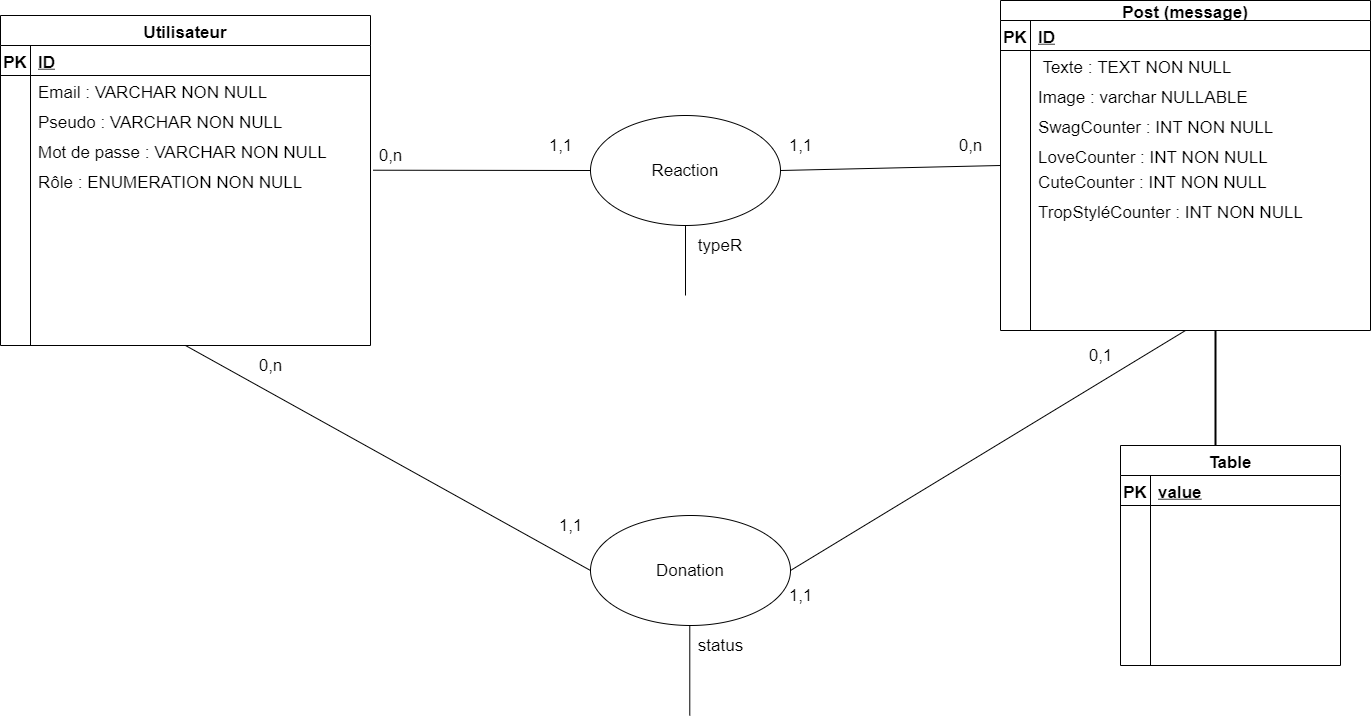
The draw.io diagram DiagramDatabase.png in Moumdjian-Theo/ProjetPHP2021, before a commit. Source tidied: cells renumbered, new cells last; positions are measured from the earlier drawing's top-left corner, leaving out a move shared by most shapes. Source of this version:
```xml
<mxGraphModel>
  <root>
    <mxCell id="0" />
    <mxCell id="1" parent="0" />
    <mxCell id="2" value="Reaction" style="ellipse;whiteSpace=wrap;html=1;fontSize=17;" parent="1" vertex="1">
      <mxGeometry x="590" y="115" width="190" height="110" as="geometry" />
    </mxCell>
    <mxCell id="3" value="Utilisateur" style="shape=table;startSize=30;rowLines=0;fontStyle=1;align=center;fontSize=17;" parent="1" vertex="1">
      <mxGeometry y="15" width="370" height="330" as="geometry" />
    </mxCell>
    <mxCell id="4" style="shape=partialRectangle;fillColor=none;top=0;left=0;bottom=1;right=0;fontSize=17;" parent="3" vertex="1">
      <mxGeometry y="30" width="370" height="30" as="geometry" />
    </mxCell>
    <mxCell id="5" value="PK" style="shape=partialRectangle;fillColor=none;top=0;left=0;bottom=0;right=0;fontStyle=1;overflow=hidden;fontSize=17;" parent="4" vertex="1">
      <mxGeometry width="30" height="30" as="geometry" />
    </mxCell>
    <mxCell id="6" value="ID" style="shape=partialRectangle;fillColor=none;top=0;left=0;bottom=0;right=0;align=left;spacingLeft=6;fontStyle=5;overflow=hidden;fontSize=17;" parent="4" vertex="1">
      <mxGeometry x="30" width="340" height="30" as="geometry" />
    </mxCell>
    <mxCell id="7" style="shape=partialRectangle;fillColor=none;top=0;left=0;bottom=0;right=0;fontSize=17;" parent="3" vertex="1">
      <mxGeometry y="60" width="370" height="30" as="geometry" />
    </mxCell>
    <mxCell id="8" style="shape=partialRectangle;fillColor=none;top=0;left=0;bottom=0;right=0;overflow=hidden;fontSize=17;" parent="7" vertex="1">
      <mxGeometry width="30" height="30" as="geometry" />
    </mxCell>
    <mxCell id="9" value="Email : VARCHAR NON NULL" style="shape=partialRectangle;fillColor=none;top=0;left=0;bottom=0;right=0;align=left;spacingLeft=6;overflow=hidden;fontSize=17;" parent="7" vertex="1">
      <mxGeometry x="30" width="340" height="30" as="geometry" />
    </mxCell>
    <mxCell id="10" style="shape=partialRectangle;fillColor=none;top=0;left=0;bottom=0;right=0;fontSize=17;" parent="3" vertex="1">
      <mxGeometry y="90" width="370" height="30" as="geometry" />
    </mxCell>
    <mxCell id="11" style="shape=partialRectangle;fillColor=none;top=0;left=0;bottom=0;right=0;overflow=hidden;fontSize=17;" parent="10" vertex="1">
      <mxGeometry width="30" height="30" as="geometry" />
    </mxCell>
    <mxCell id="12" value="Pseudo : VARCHAR NON NULL" style="shape=partialRectangle;fillColor=none;top=0;left=0;bottom=0;right=0;align=left;spacingLeft=6;overflow=hidden;fontSize=17;" parent="10" vertex="1">
      <mxGeometry x="30" width="340" height="30" as="geometry" />
    </mxCell>
    <mxCell id="13" style="shape=partialRectangle;fillColor=none;top=0;left=0;bottom=0;right=0;points=[[0,0.5],[1,0.5]];portConstraint=eastwest;fontSize=17;" parent="3" vertex="1">
      <mxGeometry y="120" width="370" height="30" as="geometry" />
    </mxCell>
    <mxCell id="14" style="shape=partialRectangle;fillColor=none;top=0;left=0;bottom=0;right=0;overflow=hidden;fontSize=17;" parent="13" vertex="1">
      <mxGeometry width="30" height="30" as="geometry" />
    </mxCell>
    <mxCell id="15" value="Mot de passe : VARCHAR NON NULL" style="shape=partialRectangle;fillColor=none;top=0;left=0;bottom=0;right=0;align=left;spacingLeft=6;overflow=hidden;fontSize=17;" parent="13" vertex="1">
      <mxGeometry x="30" width="340" height="30" as="geometry" />
    </mxCell>
    <mxCell id="16" value="Rôle : ENUMERATION NON NULL" style="shape=partialRectangle;fillColor=none;top=0;left=0;bottom=0;right=0;align=left;spacingLeft=6;overflow=hidden;fontSize=17;" parent="1" vertex="1">
      <mxGeometry x="30" y="165" width="340" height="30" as="geometry" />
    </mxCell>
    <mxCell id="17" value="Post (message)" style="shape=table;startSize=20;rowLines=0;fontStyle=1;align=center;fontSize=17;" parent="1" vertex="1">
      <mxGeometry x="1000" width="370" height="330" as="geometry" />
    </mxCell>
    <mxCell id="18" style="shape=partialRectangle;fillColor=none;top=0;left=0;bottom=1;right=0;fontSize=17;" parent="17" vertex="1">
      <mxGeometry y="20" width="370" height="30" as="geometry" />
    </mxCell>
    <mxCell id="19" value="PK" style="shape=partialRectangle;fillColor=none;top=0;left=0;bottom=0;right=0;fontStyle=1;overflow=hidden;fontSize=17;" parent="18" vertex="1">
      <mxGeometry width="30" height="30" as="geometry" />
    </mxCell>
    <mxCell id="20" value="ID" style="shape=partialRectangle;fillColor=none;top=0;left=0;bottom=0;right=0;align=left;spacingLeft=6;fontStyle=5;overflow=hidden;fontSize=17;" parent="18" vertex="1">
      <mxGeometry x="30" width="340" height="30" as="geometry" />
    </mxCell>
    <mxCell id="21" style="shape=partialRectangle;fillColor=none;top=0;left=0;bottom=0;right=0;fontSize=17;" parent="17" vertex="1">
      <mxGeometry y="50" width="370" height="30" as="geometry" />
    </mxCell>
    <mxCell id="22" style="shape=partialRectangle;fillColor=none;top=0;left=0;bottom=0;right=0;overflow=hidden;fontSize=17;" parent="21" vertex="1">
      <mxGeometry width="30" height="30" as="geometry" />
    </mxCell>
    <mxCell id="23" value=" Texte : TEXT NON NULL " style="shape=partialRectangle;fillColor=none;top=0;left=0;bottom=0;right=0;align=left;spacingLeft=6;overflow=hidden;fontSize=17;" parent="21" vertex="1">
      <mxGeometry x="30" width="340" height="30" as="geometry" />
    </mxCell>
    <mxCell id="24" style="shape=partialRectangle;fillColor=none;top=0;left=0;bottom=0;right=0;fontSize=17;" parent="17" vertex="1">
      <mxGeometry y="80" width="370" height="30" as="geometry" />
    </mxCell>
    <mxCell id="25" style="shape=partialRectangle;fillColor=none;top=0;left=0;bottom=0;right=0;overflow=hidden;fontSize=17;" parent="24" vertex="1">
      <mxGeometry width="30" height="30" as="geometry" />
    </mxCell>
    <mxCell id="26" value="Image : varchar NULLABLE" style="shape=partialRectangle;fillColor=none;top=0;left=0;bottom=0;right=0;align=left;spacingLeft=6;overflow=hidden;fontSize=17;" parent="24" vertex="1">
      <mxGeometry x="30" width="340" height="30" as="geometry" />
    </mxCell>
    <mxCell id="27" style="shape=partialRectangle;fillColor=none;top=0;left=0;bottom=0;right=0;fontSize=17;" parent="17" vertex="1">
      <mxGeometry y="110" width="370" height="30" as="geometry" />
    </mxCell>
    <mxCell id="28" style="shape=partialRectangle;fillColor=none;top=0;left=0;bottom=0;right=0;overflow=hidden;fontSize=17;" parent="27" vertex="1">
      <mxGeometry width="30" height="30" as="geometry" />
    </mxCell>
    <mxCell id="29" style="shape=partialRectangle;fillColor=none;top=0;left=0;bottom=0;right=0;align=left;spacingLeft=6;overflow=hidden;fontSize=17;" parent="27" vertex="1">
      <mxGeometry x="30" width="340" height="30" as="geometry" />
    </mxCell>
    <mxCell id="30" value="LoveCounter : INT NON NULL " style="shape=partialRectangle;fillColor=none;top=0;left=0;bottom=0;right=0;align=left;spacingLeft=6;overflow=hidden;fontSize=17;" parent="1" vertex="1">
      <mxGeometry x="1030" y="140" width="340" height="30" as="geometry" />
    </mxCell>
    <mxCell id="31" style="endArrow=none;html=1;fontSize=17;fontColor=#000000;exitX=1.007;exitY=1.157;exitDx=0;exitDy=0;exitPerimeter=0;entryX=0;entryY=0.5;entryDx=0;entryDy=0;" parent="1" edge="1" source="13" target="2">
      <mxGeometry relative="1" as="geometry" />
    </mxCell>
    <mxCell id="32" style="endArrow=none;html=1;fontSize=17;fontColor=#000000;exitX=1;exitY=0.5;exitDx=0;exitDy=0;entryX=0;entryY=0.5;entryDx=0;entryDy=0;" parent="1" edge="1" source="2" target="17">
      <mxGeometry relative="1" as="geometry" />
    </mxCell>
    <mxCell id="33" value="0,n" style="text;html=1;align=center;verticalAlign=middle;fontSize=17;fontColor=#000000;" parent="1" vertex="1">
      <mxGeometry x="370" y="140" width="40" height="30" as="geometry" />
    </mxCell>
    <mxCell id="34" value="1,1" style="text;html=1;align=center;verticalAlign=middle;fontSize=17;fontColor=#000000;" parent="1" vertex="1">
      <mxGeometry x="540" y="130" width="40" height="30" as="geometry" />
    </mxCell>
    <mxCell id="35" value="1,1" style="text;html=1;align=center;verticalAlign=middle;fontSize=17;fontColor=#000000;" parent="1" vertex="1">
      <mxGeometry x="780" y="130" width="40" height="30" as="geometry" />
    </mxCell>
    <mxCell id="36" value="0,n" style="text;html=1;align=center;verticalAlign=middle;fontSize=17;fontColor=#000000;" parent="1" vertex="1">
      <mxGeometry x="950" y="130" width="40" height="30" as="geometry" />
    </mxCell>
    <mxCell id="37" style="endArrow=none;html=1;fontSize=17;fontColor=#000000;exitX=0.5;exitY=1;exitDx=0;exitDy=0;" parent="1" edge="1" source="2">
      <mxGeometry relative="1" as="geometry">
        <mxPoint x="685" y="295" as="targetPoint" />
      </mxGeometry>
    </mxCell>
    <mxCell id="38" value="typeR" style="text;html=1;strokeColor=none;fillColor=none;align=center;verticalAlign=middle;whiteSpace=wrap;rounded=0;fontSize=17;fontColor=#000000;" parent="1" vertex="1">
      <mxGeometry x="700" y="235" width="40" height="20" as="geometry" />
    </mxCell>
    <mxCell id="39" value="Donation" style="ellipse;whiteSpace=wrap;html=1;fillColor=#ffffff;fontSize=17;fontColor=#000000;" parent="1" vertex="1">
      <mxGeometry x="590" y="515" width="200" height="110" as="geometry" />
    </mxCell>
    <mxCell id="40" style="endArrow=none;html=1;fontSize=17;fontColor=#000000;exitX=0.5;exitY=1;exitDx=0;exitDy=0;entryX=0;entryY=0.5;entryDx=0;entryDy=0;" parent="1" edge="1" source="3" target="39">
      <mxGeometry relative="1" as="geometry" />
    </mxCell>
    <mxCell id="41" style="endArrow=none;html=1;fontSize=17;fontColor=#000000;exitX=1;exitY=0.5;exitDx=0;exitDy=0;entryX=0.5;entryY=1;entryDx=0;entryDy=0;" parent="1" edge="1" source="39" target="17">
      <mxGeometry relative="1" as="geometry" />
    </mxCell>
    <mxCell id="42" style="endArrow=none;html=1;fontSize=17;fontColor=#000000;exitX=0.5;exitY=1;exitDx=0;exitDy=0;" parent="1" edge="1">
      <mxGeometry relative="1" as="geometry">
        <mxPoint x="689.3" y="625" as="sourcePoint" />
        <mxPoint x="689.3" y="715" as="targetPoint" />
      </mxGeometry>
    </mxCell>
    <mxCell id="43" value="status" style="text;html=1;align=center;verticalAlign=middle;fontSize=17;fontColor=#000000;" parent="1" vertex="1">
      <mxGeometry x="690" y="630" width="60" height="30" as="geometry" />
    </mxCell>
    <mxCell id="44" value="0,1" style="text;html=1;align=center;verticalAlign=middle;fontSize=17;fontColor=#000000;" parent="1" vertex="1">
      <mxGeometry x="1080" y="340" width="40" height="30" as="geometry" />
    </mxCell>
    <mxCell id="45" value="1,1" style="text;html=1;align=center;verticalAlign=middle;fontSize=17;fontColor=#000000;" parent="1" vertex="1">
      <mxGeometry x="780" y="580" width="40" height="30" as="geometry" />
    </mxCell>
    <mxCell id="46" value="1,1" style="text;html=1;align=center;verticalAlign=middle;fontSize=17;fontColor=#000000;" parent="1" vertex="1">
      <mxGeometry x="550" y="510" width="40" height="30" as="geometry" />
    </mxCell>
    <mxCell id="47" value="0,n" style="text;html=1;align=center;verticalAlign=middle;fontSize=17;fontColor=#000000;" parent="1" vertex="1">
      <mxGeometry x="250" y="350" width="40" height="30" as="geometry" />
    </mxCell>
    <mxCell id="48" style="line;strokeWidth=2;direction=south;html=1;fillColor=#ffffff;fontSize=17;fontColor=#000000;" parent="1" vertex="1">
      <mxGeometry x="1210" y="330" width="10" height="115" as="geometry" />
    </mxCell>
    <mxCell id="49" value="Table" style="shape=table;startSize=30;rowLines=0;fontStyle=1;align=center;fillColor=#ffffff;fontSize=17;fontColor=#000000;" parent="1" vertex="1">
      <mxGeometry x="1120" y="445" width="220" height="220" as="geometry" />
    </mxCell>
    <mxCell id="50" style="shape=partialRectangle;fillColor=none;top=0;left=0;bottom=1;right=0;fontSize=17;" parent="49" vertex="1">
      <mxGeometry y="30" width="220" height="30" as="geometry" />
    </mxCell>
    <mxCell id="51" value="PK" style="shape=partialRectangle;fillColor=none;top=0;left=0;bottom=0;right=0;fontStyle=1;overflow=hidden;fontSize=17;" parent="50" vertex="1">
      <mxGeometry width="30" height="30" as="geometry" />
    </mxCell>
    <mxCell id="52" value="value" style="shape=partialRectangle;fillColor=none;top=0;left=0;bottom=0;right=0;align=left;spacingLeft=6;fontStyle=5;overflow=hidden;fontSize=17;" parent="50" vertex="1">
      <mxGeometry x="30" width="190" height="30" as="geometry" />
    </mxCell>
    <mxCell id="53" style="shape=partialRectangle;fillColor=none;top=0;left=0;bottom=0;right=0;fontSize=17;" parent="49" vertex="1">
      <mxGeometry y="60" width="220" height="40" as="geometry" />
    </mxCell>
    <mxCell id="54" style="shape=partialRectangle;fillColor=none;top=0;left=0;bottom=0;right=0;overflow=hidden;fontSize=17;" parent="53" vertex="1">
      <mxGeometry width="30" height="40" as="geometry" />
    </mxCell>
    <mxCell id="55" style="shape=partialRectangle;fillColor=none;top=0;left=0;bottom=0;right=0;align=left;spacingLeft=6;overflow=hidden;fontSize=17;" parent="53" vertex="1">
      <mxGeometry x="30" width="190" height="40" as="geometry" />
    </mxCell>
    <mxCell id="56" style="shape=partialRectangle;fillColor=none;top=0;left=0;bottom=0;right=0;fontSize=17;" parent="49" vertex="1">
      <mxGeometry y="100" width="220" height="30" as="geometry" />
    </mxCell>
    <mxCell id="57" style="shape=partialRectangle;fillColor=none;top=0;left=0;bottom=0;right=0;overflow=hidden;fontSize=17;" parent="56" vertex="1">
      <mxGeometry width="30" height="30" as="geometry" />
    </mxCell>
    <mxCell id="58" style="shape=partialRectangle;fillColor=none;top=0;left=0;bottom=0;right=0;align=left;spacingLeft=6;overflow=hidden;fontSize=17;" parent="56" vertex="1">
      <mxGeometry x="30" width="190" height="30" as="geometry" />
    </mxCell>
    <mxCell id="59" style="shape=partialRectangle;fillColor=none;top=0;left=0;bottom=0;right=0;fontSize=17;" parent="49" vertex="1">
      <mxGeometry y="130" width="220" height="30" as="geometry" />
    </mxCell>
    <mxCell id="60" style="shape=partialRectangle;fillColor=none;top=0;left=0;bottom=0;right=0;overflow=hidden;fontSize=17;" parent="59" vertex="1">
      <mxGeometry width="30" height="30" as="geometry" />
    </mxCell>
    <mxCell id="61" style="shape=partialRectangle;fillColor=none;top=0;left=0;bottom=0;right=0;align=left;spacingLeft=6;overflow=hidden;fontSize=17;" parent="59" vertex="1">
      <mxGeometry x="30" width="190" height="30" as="geometry" />
    </mxCell>
    <mxCell id="62" value="SwagCounter : INT NON NULL " style="shape=partialRectangle;fillColor=none;top=0;left=0;bottom=0;right=0;align=left;spacingLeft=6;overflow=hidden;fontSize=17;" parent="1" vertex="1">
      <mxGeometry x="1030" y="110" width="340" height="30" as="geometry" />
    </mxCell>
    <mxCell id="63" value="CuteCounter : INT NON NULL " style="shape=partialRectangle;fillColor=none;top=0;left=0;bottom=0;right=0;align=left;spacingLeft=6;overflow=hidden;fontSize=17;" parent="1" vertex="1">
      <mxGeometry x="1030" y="165" width="340" height="30" as="geometry" />
    </mxCell>
    <mxCell id="64" value="TropStyléCounter : INT NON NULL " style="shape=partialRectangle;fillColor=none;top=0;left=0;bottom=0;right=0;align=left;spacingLeft=6;overflow=hidden;fontSize=17;" parent="1" vertex="1">
      <mxGeometry x="1030" y="195" width="280" height="30" as="geometry" />
    </mxCell>
  </root>
</mxGraphModel>
```
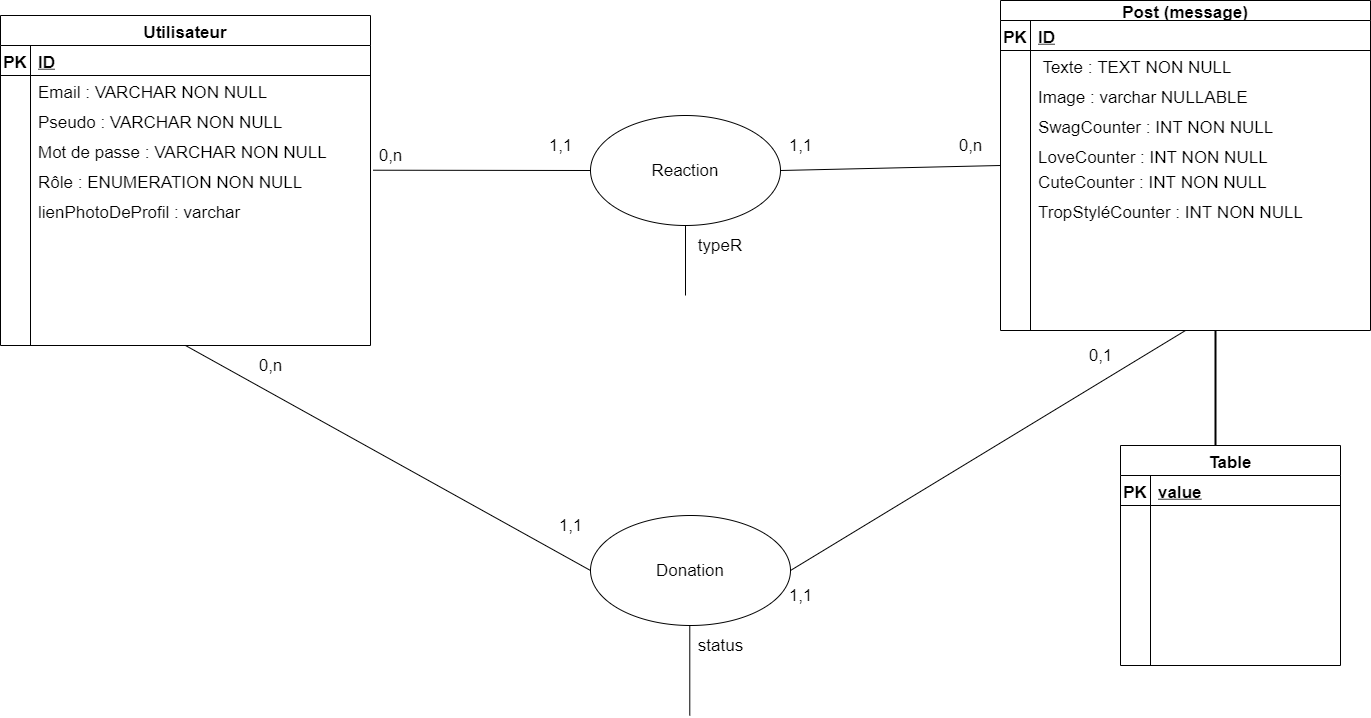
After the change.

Change to the diagram source:
```diff
@@ -196,5 +196,8 @@
     <mxCell id="64" value="TropStyléCounter : INT NON NULL " style="shape=partialRectangle;fillColor=none;top=0;left=0;bottom=0;right=0;align=left;spacingLeft=6;overflow=hidden;fontSize=17;" parent="1" vertex="1">
       <mxGeometry x="1030" y="195" width="280" height="30" as="geometry" />
     </mxCell>
+    <mxCell id="65" value="lienPhotoDeProfil : varchar " style="shape=partialRectangle;fillColor=none;top=0;left=0;bottom=0;right=0;align=left;spacingLeft=6;overflow=hidden;fontSize=17;" parent="1" vertex="1">
+      <mxGeometry x="30" y="195" width="340" height="30" as="geometry" />
+    </mxCell>
   </root>
 </mxGraphModel>
```
